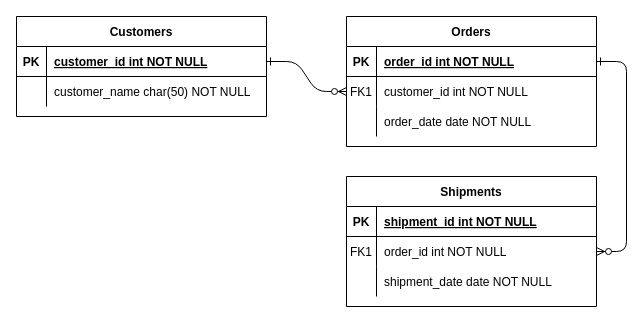
Earlier version of the draw.io diagram Untitled Diagram.drawio (elalecode/Test-FullStack). Source tidied: cells renumbered, new cells numbered last; positions are measured from the earlier drawing's top-left corner, leaving out a move shared by most shapes. Both pictures are drawn from the tidied source at 100%, with x=0, y=0 at pixel (16, 16).
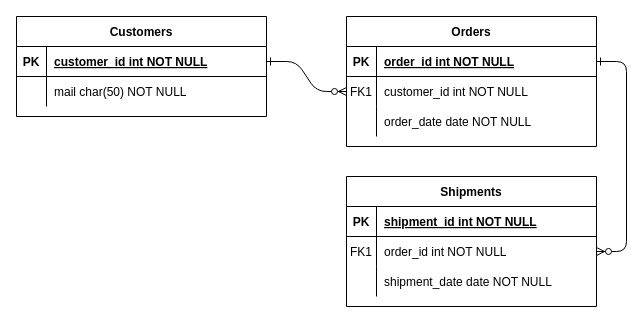
The same diagram, later.

The change refers to these unchanged cells:
```xml
<mxCell id="28" style="shape=partialRectangle;fillColor=none;top=0;left=0;right=0;bottom=0;" parent="24" vertex="1">
  <mxGeometry y="60" width="250" height="30" as="geometry" />
</mxCell>
```

What changed in the source:
```diff
@@
-    <mxCell id="30" value="customer_name char(50) NOT NULL" style="shape=partialRectangle;overflow=hidden;fillColor=none;top=0;left=0;bottom=0;right=0;align=left;spacingLeft=6;" parent="28" vertex="1">
+    <mxCell id="30" value="mail char(50) NOT NULL" style="shape=partialRectangle;overflow=hidden;fillColor=none;top=0;left=0;bottom=0;right=0;align=left;spacingLeft=6;" parent="28" vertex="1">
       <mxGeometry x="30" width="220" height="30" as="geometry" />
     </mxCell>
```
